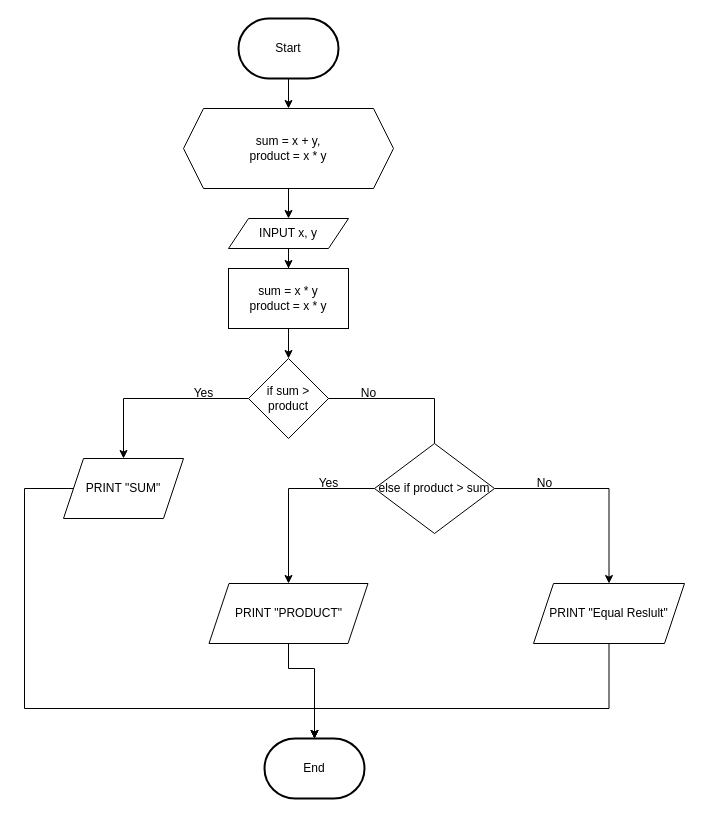
The draw.io diagram page "Page-5" (8 of 10) of Untitled Diagram.drawio in Carlo06/Randoms, before the edit. Source tidied: cells renumbered, new cells numbered last; positions are measured from the earlier drawing's top-left corner, leaving out a move shared by most shapes. Both pictures are drawn from the tidied source at 100%, with x=0, y=0 at pixel (24, 18).
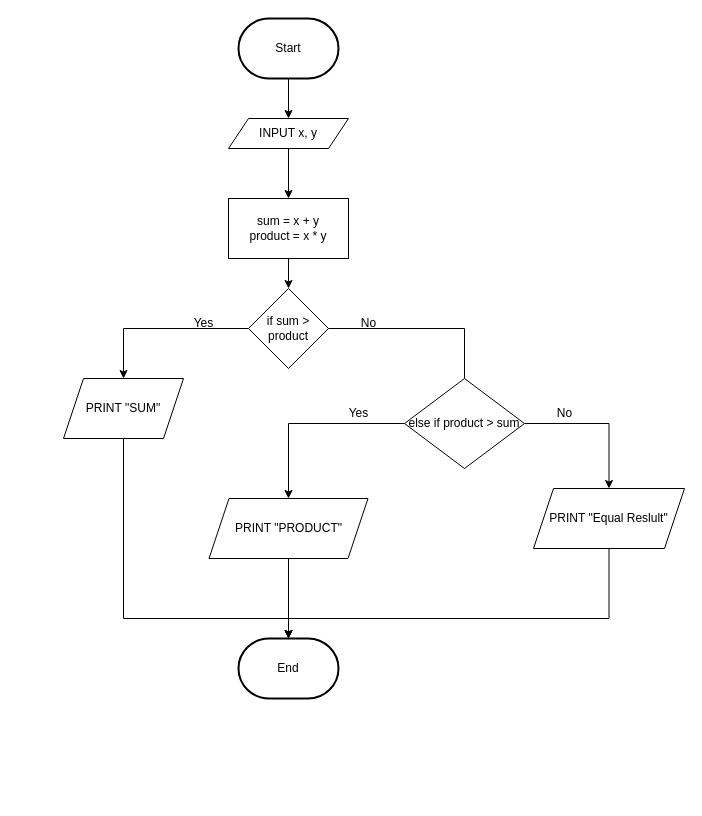
The same page after the edit.

Unchanged cells that the change refers to:
```xml
<mxCell id="3" value="Start" style="strokeWidth=2;html=1;shape=mxgraph.flowchart.terminator;whiteSpace=wrap;" parent="1" vertex="1">
  <mxGeometry x="214" width="100" height="60" as="geometry" />
</mxCell>
```

Diff of the diagram source:
```diff
@@
-    <mxCell id="2" style="edgeStyle=orthogonalEdgeStyle;rounded=0;jettySize=auto;html=1;" parent="1" edge="1" source="3" target="5">
-      <mxGeometry relative="1" as="geometry" />
-    </mxCell>
+    <mxCell id="27" style="edgeStyle=orthogonalEdgeStyle;rounded=0;jettySize=auto;html=1;exitX=0.5;exitY=1;exitDx=0;exitDy=0;exitPerimeter=0;entryX=0.5;entryY=0;entryDx=0;entryDy=0;" parent="1" edge="1" source="3" target="7">
+      <mxGeometry relative="1" as="geometry" />
+    </mxCell>
@@
-    <mxCell id="4" style="edgeStyle=orthogonalEdgeStyle;rounded=0;jettySize=auto;html=1;" parent="1" edge="1" source="5" target="7">
-      <mxGeometry relative="1" as="geometry" />
-    </mxCell>
-    <mxCell id="5" value="sum = x + y,&lt;br&gt;product = x * y" style="shape=hexagon;perimeter=hexagonPerimeter2;whiteSpace=wrap;html=1;fixedSize=1;" parent="1" vertex="1">
-      <mxGeometry x="159" y="90" width="210" height="80" as="geometry" />
-    </mxCell>
-    <mxCell id="6" style="edgeStyle=orthogonalEdgeStyle;rounded=0;jettySize=auto;html=1;" parent="1" edge="1" source="7" target="9">
+    <mxCell id="6" style="edgeStyle=orthogonalEdgeStyle;rounded=0;jettySize=auto;html=1;exitX=0.5;exitY=1;exitDx=0;exitDy=0;" parent="1" edge="1" source="7" target="9">
       <mxGeometry relative="1" as="geometry" />
     </mxCell>
     <mxCell id="7" value="INPUT x, y" style="shape=parallelogram;perimeter=parallelogramPerimeter;whiteSpace=wrap;html=1;fixedSize=1;" parent="1" vertex="1">
-      <mxGeometry x="204" y="200" width="120" height="30" as="geometry" />
+      <mxGeometry x="204" y="100" width="120" height="30" as="geometry" />
     </mxCell>
@@
-    <mxCell id="9" value="sum = x * y&lt;br&gt;product = x * y" style="rounded=0;whiteSpace=wrap;html=1;" parent="1" vertex="1">
-      <mxGeometry x="204" y="250" width="120" height="60" as="geometry" />
+    <mxCell id="9" value="sum = x + y&lt;br&gt;product = x * y" style="rounded=0;whiteSpace=wrap;html=1;" parent="1" vertex="1">
+      <mxGeometry x="204" y="180" width="120" height="60" as="geometry" />
     </mxCell>
@@
     <mxCell id="11" value="if sum &amp;gt; product" style="rhombus;whiteSpace=wrap;html=1;rounded=0;" parent="1" vertex="1">
-      <mxGeometry x="224" y="340" width="80" height="80" as="geometry" />
+      <mxGeometry x="224" y="270" width="80" height="80" as="geometry" />
     </mxCell>
-    <mxCell id="12" style="edgeStyle=orthogonalEdgeStyle;rounded=0;jettySize=auto;html=1;exitX=0;exitY=0.5;exitDx=0;exitDy=0;entryX=0.5;entryY=0;entryDx=0;entryDy=0;entryPerimeter=0;" parent="1" edge="1" source="13" target="24">
+    <mxCell id="12" style="edgeStyle=orthogonalEdgeStyle;rounded=0;jettySize=auto;html=1;exitX=0.5;exitY=1;exitDx=0;exitDy=0;entryX=0.5;entryY=0;entryDx=0;entryDy=0;entryPerimeter=0;" parent="1" edge="1" source="13" target="24">
       <mxGeometry relative="1" as="geometry">
         <Array as="points">
-          <mxPoint y="470" />
-          <mxPoint y="690" />
-          <mxPoint x="290" y="690" />
+          <mxPoint x="99" y="600" />
+          <mxPoint x="264" y="600" />
         </Array>
       </mxGeometry>
     </mxCell>
     <mxCell id="13" value="PRINT &quot;SUM&quot;" style="shape=parallelogram;perimeter=parallelogramPerimeter;whiteSpace=wrap;html=1;fixedSize=1;rounded=0;" parent="1" vertex="1">
-      <mxGeometry x="39" y="440" width="120" height="60" as="geometry" />
+      <mxGeometry x="39" y="360" width="120" height="60" as="geometry" />
     </mxCell>
@@
     <mxCell id="16" style="edgeStyle=orthogonalEdgeStyle;rounded=0;jettySize=auto;html=1;exitX=0.5;exitY=1;exitDx=0;exitDy=0;entryX=0.5;entryY=0;entryDx=0;entryDy=0;entryPerimeter=0;" parent="1" edge="1" source="17" target="24">
-      <mxGeometry relative="1" as="geometry">
-        <Array as="points">
-          <mxPoint x="264" y="650" />
-          <mxPoint x="290" y="650" />
-        </Array>
-      </mxGeometry>
+      <mxGeometry relative="1" as="geometry" />
     </mxCell>
     <mxCell id="17" value="PRINT &quot;PRODUCT&quot;" style="shape=parallelogram;perimeter=parallelogramPerimeter;whiteSpace=wrap;html=1;fixedSize=1;" parent="1" vertex="1">
-      <mxGeometry x="184.5" y="565" width="159" height="60" as="geometry" />
+      <mxGeometry x="184.5" y="480" width="159" height="60" as="geometry" />
     </mxCell>
     <mxCell id="18" style="edgeStyle=orthogonalEdgeStyle;rounded=0;jettySize=auto;html=1;exitX=0.5;exitY=1;exitDx=0;exitDy=0;entryX=0.5;entryY=0;entryDx=0;entryDy=0;entryPerimeter=0;" parent="1" edge="1" source="19" target="24">
       <mxGeometry relative="1" as="geometry">
         <Array as="points">
-          <mxPoint x="585" y="690" />
-          <mxPoint x="290" y="690" />
+          <mxPoint x="584" y="600" />
+          <mxPoint x="264" y="600" />
         </Array>
       </mxGeometry>
     </mxCell>
     <mxCell id="19" value="PRINT &quot;Equal Reslult&quot;" style="shape=parallelogram;perimeter=parallelogramPerimeter;whiteSpace=wrap;html=1;fixedSize=1;" parent="1" vertex="1">
-      <mxGeometry x="509" y="565" width="151" height="60" as="geometry" />
+      <mxGeometry x="509" y="470" width="151" height="60" as="geometry" />
     </mxCell>
     <mxCell id="20" value="Yes" style="text;html=1;align=center;verticalAlign=middle;strokeColor=none;fillColor=none;" parent="1" vertex="1">
-      <mxGeometry x="159" y="360" width="40" height="30" as="geometry" />
+      <mxGeometry x="159" y="290" width="40" height="30" as="geometry" />
     </mxCell>
     <mxCell id="21" value="No" style="text;html=1;align=center;verticalAlign=middle;strokeColor=none;fillColor=none;" parent="1" vertex="1">
-      <mxGeometry x="500" y="450" width="40" height="30" as="geometry" />
+      <mxGeometry x="520" y="380" width="40" height="30" as="geometry" />
     </mxCell>
     <mxCell id="22" value="Yes" style="text;html=1;align=center;verticalAlign=middle;strokeColor=none;fillColor=none;" parent="1" vertex="1">
-      <mxGeometry x="284" y="450" width="40" height="30" as="geometry" />
+      <mxGeometry x="314" y="380" width="40" height="30" as="geometry" />
     </mxCell>
     <mxCell id="23" value="No" style="text;html=1;align=center;verticalAlign=middle;strokeColor=none;fillColor=none;" parent="1" vertex="1">
-      <mxGeometry x="324" y="360" width="40" height="30" as="geometry" />
+      <mxGeometry x="324" y="290" width="40" height="30" as="geometry" />
     </mxCell>
-    <mxCell id="24" value="End" style="strokeWidth=2;html=1;shape=mxgraph.flowchart.terminator;whiteSpace=wrap;" parent="1" vertex="1">
-      <mxGeometry x="240" y="720" width="100" height="60" as="geometry" />
-    </mxCell>
     <mxCell id="25" value="else if product &amp;gt; sum" style="rhombus;whiteSpace=wrap;html=1;" parent="1" vertex="1">
-      <mxGeometry x="350" y="425" width="120" height="90" as="geometry" />
+      <mxGeometry x="380" y="360" width="120" height="90" as="geometry" />
     </mxCell>
@@
+    <mxCell id="24" value="End" style="strokeWidth=2;html=1;shape=mxgraph.flowchart.terminator;whiteSpace=wrap;" parent="1" vertex="1">
+      <mxGeometry x="214" y="620" width="100" height="60" as="geometry" />
+    </mxCell>
```
